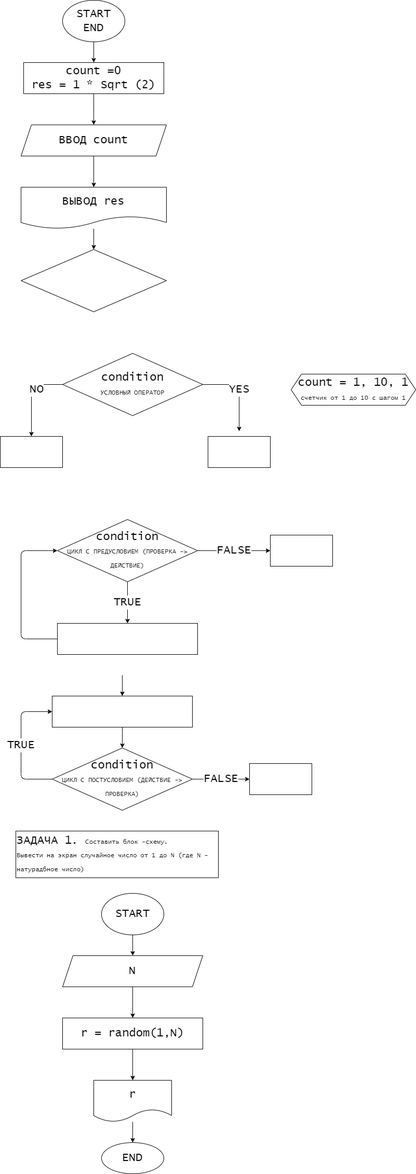
JuliaDevitskaya/practice_temp keeps this draw.io diagram as ex000.drawio.png. Above is the earlier version. Source tidied: cells renumbered, new cells last; positions are measured from the earlier drawing's top-left corner, leaving out a move shared by most shapes. Source of this version:
```xml
<mxGraphModel>
  <root>
    <mxCell id="0" />
    <mxCell id="1" parent="0" />
    <mxCell id="2" style="edgeStyle=none;html=1;fontFamily=Lucida Console;fontSize=22;" parent="1" edge="1" source="3" target="5">
      <mxGeometry relative="1" as="geometry" />
    </mxCell>
    <mxCell id="3" value="START&lt;br&gt;END" style="ellipse;whiteSpace=wrap;html=1;fontSize=22;fontFamily=Lucida Console;" parent="1" vertex="1">
      <mxGeometry x="120" width="120" height="80" as="geometry" />
    </mxCell>
    <mxCell id="4" style="edgeStyle=none;html=1;fontFamily=Lucida Console;fontSize=22;" parent="1" edge="1" source="5" target="7">
      <mxGeometry relative="1" as="geometry" />
    </mxCell>
    <mxCell id="5" value="count =0&lt;br&gt;res = 1 * Sqrt (2)" style="whiteSpace=wrap;html=1;fontSize=22;fontFamily=Lucida Console;" parent="1" vertex="1">
      <mxGeometry x="45" y="120" width="270" height="60" as="geometry" />
    </mxCell>
    <mxCell id="6" style="edgeStyle=none;html=1;fontFamily=Lucida Console;fontSize=22;" parent="1" edge="1" source="7" target="9">
      <mxGeometry relative="1" as="geometry" />
    </mxCell>
    <mxCell id="7" value="ВВОД count" style="shape=parallelogram;perimeter=parallelogramPerimeter;whiteSpace=wrap;html=1;fixedSize=1;fontSize=22;fontFamily=Lucida Console;" parent="1" vertex="1">
      <mxGeometry x="40" y="240" width="280" height="60" as="geometry" />
    </mxCell>
    <mxCell id="8" style="edgeStyle=none;html=1;fontFamily=Lucida Console;fontSize=22;" parent="1" edge="1" source="9" target="10">
      <mxGeometry relative="1" as="geometry" />
    </mxCell>
    <mxCell id="9" value="ВЫВОД res" style="shape=document;whiteSpace=wrap;html=1;boundedLbl=1;fontSize=22;fontFamily=Lucida Console;" parent="1" vertex="1">
      <mxGeometry x="40" y="360" width="280" height="80" as="geometry" />
    </mxCell>
    <mxCell id="10" style="rhombus;whiteSpace=wrap;html=1;fontSize=22;fontFamily=Lucida Console;" parent="1" vertex="1">
      <mxGeometry x="40" y="480" width="280" height="120" as="geometry" />
    </mxCell>
    <mxCell id="11" value="NO" style="edgeStyle=none;html=1;entryX=0.5;entryY=0;entryDx=0;entryDy=0;fontFamily=Lucida Console;fontSize=22;" parent="1" edge="1" source="13" target="15">
      <mxGeometry x="-0.12" y="10" relative="1" as="geometry">
        <Array as="points">
          <mxPoint x="70" y="740" />
          <mxPoint x="60" y="740" />
        </Array>
      </mxGeometry>
    </mxCell>
    <mxCell id="12" value="YES" style="edgeStyle=none;html=1;fontFamily=Lucida Console;fontSize=22;" parent="1" edge="1" source="13">
      <mxGeometry relative="1" as="geometry">
        <mxPoint x="460" y="830" as="targetPoint" />
        <Array as="points">
          <mxPoint x="460" y="740" />
        </Array>
      </mxGeometry>
    </mxCell>
    <mxCell id="13" value="condition&lt;br&gt;&lt;font style=&quot;font-size: 12px&quot;&gt;УСЛОВНЫЙ ОПЕРАТОР&lt;/font&gt;" style="rhombus;whiteSpace=wrap;html=1;fontSize=22;fontFamily=Lucida Console;" parent="1" vertex="1">
      <mxGeometry x="120" y="680" width="270" height="120" as="geometry" />
    </mxCell>
    <mxCell id="14" style="whiteSpace=wrap;html=1;fontSize=22;fontFamily=Lucida Console;" parent="1" vertex="1">
      <mxGeometry x="400" y="840" width="120" height="60" as="geometry" />
    </mxCell>
    <mxCell id="15" style="whiteSpace=wrap;html=1;fontSize=22;fontFamily=Lucida Console;" parent="1" vertex="1">
      <mxGeometry y="840" width="120" height="60" as="geometry" />
    </mxCell>
    <mxCell id="16" value="TRUE" style="edgeStyle=none;html=1;fontFamily=Lucida Console;fontSize=22;" parent="1" edge="1" source="18" target="20">
      <mxGeometry relative="1" as="geometry" />
    </mxCell>
    <mxCell id="17" value="FALSE" style="edgeStyle=none;html=1;fontFamily=Lucida Console;fontSize=22;" parent="1" edge="1" source="18" target="28">
      <mxGeometry relative="1" as="geometry" />
    </mxCell>
    <mxCell id="18" value="condition&lt;br&gt;&lt;font style=&quot;font-size: 12px&quot;&gt;ЦИКЛ С ПРЕДУСЛОВИЕМ (ПРОВЕРКА -&amp;gt; ДЕЙСТВИЕ)&lt;/font&gt;" style="rhombus;whiteSpace=wrap;html=1;fontSize=22;fontFamily=Lucida Console;" parent="1" vertex="1">
      <mxGeometry x="110" y="1000" width="270" height="120" as="geometry" />
    </mxCell>
    <mxCell id="19" style="edgeStyle=none;html=1;entryX=0;entryY=0.5;entryDx=0;entryDy=0;fontFamily=Lucida Console;fontSize=22;" parent="1" edge="1" source="20" target="18">
      <mxGeometry relative="1" as="geometry">
        <Array as="points">
          <mxPoint x="40" y="1230" />
          <mxPoint x="40" y="1060" />
        </Array>
      </mxGeometry>
    </mxCell>
    <mxCell id="20" style="whiteSpace=wrap;html=1;fontSize=22;fontFamily=Lucida Console;" parent="1" vertex="1">
      <mxGeometry x="110" y="1200" width="270" height="60" as="geometry" />
    </mxCell>
    <mxCell id="21" value="TRUE" style="edgeStyle=none;html=1;exitX=0;exitY=0.5;exitDx=0;exitDy=0;entryX=0;entryY=0.5;entryDx=0;entryDy=0;fontFamily=Lucida Console;fontSize=22;" parent="1" edge="1" source="23" target="25">
      <mxGeometry relative="1" as="geometry">
        <Array as="points">
          <mxPoint x="40" y="1500" />
          <mxPoint x="40" y="1370" />
        </Array>
      </mxGeometry>
    </mxCell>
    <mxCell id="22" value="FALSE" style="edgeStyle=none;html=1;fontFamily=Lucida Console;fontSize=22;" parent="1" edge="1" source="23" target="27">
      <mxGeometry relative="1" as="geometry" />
    </mxCell>
    <mxCell id="23" value="condition&lt;br&gt;&lt;font style=&quot;font-size: 12px&quot;&gt;ЦИКЛ С ПОСТУСЛОВИЕМ (ДЕЙСТВИЕ -&amp;gt; ПРОВЕРКА)&lt;/font&gt;" style="rhombus;whiteSpace=wrap;html=1;fontSize=22;fontFamily=Lucida Console;" parent="1" vertex="1">
      <mxGeometry x="100" y="1440" width="270" height="120" as="geometry" />
    </mxCell>
    <mxCell id="24" style="edgeStyle=none;html=1;fontFamily=Lucida Console;fontSize=22;" parent="1" edge="1" source="25" target="23">
      <mxGeometry relative="1" as="geometry" />
    </mxCell>
    <mxCell id="25" style="whiteSpace=wrap;html=1;fontSize=22;fontFamily=Lucida Console;" parent="1" vertex="1">
      <mxGeometry x="100" y="1340" width="270" height="60" as="geometry" />
    </mxCell>
    <mxCell id="26" style="endArrow=classic;html=1;fontFamily=Lucida Console;fontSize=22;" parent="1" edge="1" target="25">
      <mxGeometry relative="1" as="geometry">
        <mxPoint x="235" y="1300" as="sourcePoint" />
      </mxGeometry>
    </mxCell>
    <mxCell id="27" style="whiteSpace=wrap;html=1;fontSize=22;fontFamily=Lucida Console;" parent="1" vertex="1">
      <mxGeometry x="480" y="1470" width="120" height="60" as="geometry" />
    </mxCell>
    <mxCell id="28" style="whiteSpace=wrap;html=1;fontSize=22;fontFamily=Lucida Console;" parent="1" vertex="1">
      <mxGeometry x="520" y="1030" width="120" height="60" as="geometry" />
    </mxCell>
    <mxCell id="29" value="count = 1, 10, 1&lt;br&gt;&lt;font style=&quot;font-size: 12px&quot;&gt;счетчик от 1 до 10 с шагом 1&lt;/font&gt;" style="shape=hexagon;perimeter=hexagonPerimeter2;whiteSpace=wrap;html=1;fixedSize=1;fontFamily=Lucida Console;fontSize=22;" parent="1" vertex="1">
      <mxGeometry x="560" y="720" width="240" height="60" as="geometry" />
    </mxCell>
    <mxCell id="30" style="edgeStyle=none;html=1;fontFamily=Lucida Console;fontSize=12;" parent="1" edge="1" source="31" target="34">
      <mxGeometry relative="1" as="geometry" />
    </mxCell>
    <mxCell id="31" value="START" style="ellipse;whiteSpace=wrap;html=1;fontSize=22;fontFamily=Lucida Console;" parent="1" vertex="1">
      <mxGeometry x="195" y="1720" width="120" height="80" as="geometry" />
    </mxCell>
    <mxCell id="32" value="ЗАДАЧА 1. &lt;font style=&quot;font-size: 12px&quot;&gt;Составить блок -схему.&amp;nbsp;&lt;br&gt;Вывести на экран случайное число от 1 до N (где N - натурадбное число)&lt;/font&gt;" style="rounded=0;whiteSpace=wrap;html=1;fontFamily=Lucida Console;fontSize=22;align=left;" parent="1" vertex="1">
      <mxGeometry x="30" y="1600" width="390" height="90" as="geometry" />
    </mxCell>
    <mxCell id="33" style="edgeStyle=none;html=1;fontFamily=Lucida Console;fontSize=12;" parent="1" edge="1" source="34" target="36">
      <mxGeometry relative="1" as="geometry" />
    </mxCell>
    <mxCell id="34" value="N" style="shape=parallelogram;perimeter=parallelogramPerimeter;whiteSpace=wrap;html=1;fixedSize=1;fontSize=22;fontFamily=Lucida Console;" parent="1" vertex="1">
      <mxGeometry x="120" y="1840" width="270" height="60" as="geometry" />
    </mxCell>
    <mxCell id="35" style="edgeStyle=none;html=1;fontFamily=Lucida Console;fontSize=12;" parent="1" edge="1" source="36" target="38">
      <mxGeometry relative="1" as="geometry" />
    </mxCell>
    <mxCell id="36" value="r = random(1,N)" style="whiteSpace=wrap;html=1;fontSize=22;fontFamily=Lucida Console;" parent="1" vertex="1">
      <mxGeometry x="120" y="1960" width="270" height="60" as="geometry" />
    </mxCell>
    <mxCell id="37" style="edgeStyle=none;html=1;fontFamily=Lucida Console;fontSize=12;" parent="1" edge="1" source="38" target="39">
      <mxGeometry relative="1" as="geometry" />
    </mxCell>
    <mxCell id="38" value="r" style="shape=document;whiteSpace=wrap;html=1;boundedLbl=1;fontSize=22;fontFamily=Lucida Console;" parent="1" vertex="1">
      <mxGeometry x="180" y="2080" width="150" height="80" as="geometry" />
    </mxCell>
    <mxCell id="39" value="END" style="ellipse;whiteSpace=wrap;html=1;fontSize=22;fontFamily=Lucida Console;" parent="1" vertex="1">
      <mxGeometry x="195" y="2200" width="120" height="60" as="geometry" />
    </mxCell>
  </root>
</mxGraphModel>
```
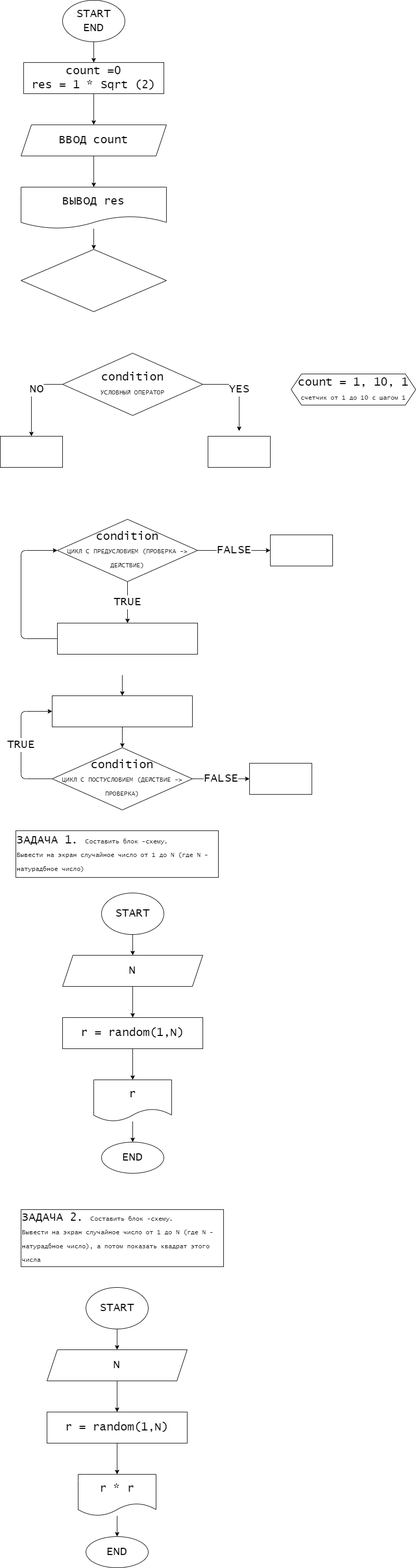
After the change.

Commit message:
ex Вывести на экран случайное число от 1 до N показать квадрат этого числа

Change to the diagram source:
```diff
@@ -138,5 +138,35 @@
     <mxCell id="39" value="END" style="ellipse;whiteSpace=wrap;html=1;fontSize=22;fontFamily=Lucida Console;" parent="1" vertex="1">
       <mxGeometry x="195" y="2200" width="120" height="60" as="geometry" />
     </mxCell>
+    <mxCell id="40" value="ЗАДАЧА 2. &lt;font style=&quot;font-size: 12px&quot;&gt;Составить блок -схему.&amp;nbsp;&lt;br&gt;Вывести на экран случайное число от 1 до N (где N - натурадбное число), а потом показать квадрат этого числа&lt;/font&gt;" style="rounded=0;whiteSpace=wrap;html=1;fontFamily=Lucida Console;fontSize=22;align=left;" parent="1" vertex="1">
+      <mxGeometry x="40" y="2330" width="390" height="110" as="geometry" />
+    </mxCell>
+    <mxCell id="41" style="edgeStyle=none;html=1;fontFamily=Lucida Console;fontSize=12;" parent="1" edge="1" source="42" target="44">
+      <mxGeometry relative="1" as="geometry" />
+    </mxCell>
+    <mxCell id="42" value="START" style="ellipse;whiteSpace=wrap;html=1;fontSize=22;fontFamily=Lucida Console;" parent="1" vertex="1">
+      <mxGeometry x="165" y="2480" width="120" height="80" as="geometry" />
+    </mxCell>
+    <mxCell id="43" style="edgeStyle=none;html=1;fontFamily=Lucida Console;fontSize=12;" parent="1" edge="1" source="44" target="46">
+      <mxGeometry relative="1" as="geometry" />
+    </mxCell>
+    <mxCell id="44" value="N" style="shape=parallelogram;perimeter=parallelogramPerimeter;whiteSpace=wrap;html=1;fixedSize=1;fontSize=22;fontFamily=Lucida Console;" parent="1" vertex="1">
+      <mxGeometry x="90" y="2600" width="270" height="60" as="geometry" />
+    </mxCell>
+    <mxCell id="45" style="edgeStyle=none;html=1;fontFamily=Lucida Console;fontSize=12;" parent="1" edge="1" source="46" target="48">
+      <mxGeometry relative="1" as="geometry" />
+    </mxCell>
+    <mxCell id="46" value="r = random(1,N)" style="whiteSpace=wrap;html=1;fontSize=22;fontFamily=Lucida Console;" parent="1" vertex="1">
+      <mxGeometry x="90" y="2720" width="270" height="60" as="geometry" />
+    </mxCell>
+    <mxCell id="47" style="edgeStyle=none;html=1;fontFamily=Lucida Console;fontSize=12;" parent="1" edge="1" source="48" target="49">
+      <mxGeometry relative="1" as="geometry" />
+    </mxCell>
+    <mxCell id="48" value="r * r" style="shape=document;whiteSpace=wrap;html=1;boundedLbl=1;fontSize=22;fontFamily=Lucida Console;" parent="1" vertex="1">
+      <mxGeometry x="150" y="2840" width="150" height="80" as="geometry" />
+    </mxCell>
+    <mxCell id="49" value="END" style="ellipse;whiteSpace=wrap;html=1;fontSize=22;fontFamily=Lucida Console;" parent="1" vertex="1">
+      <mxGeometry x="165" y="2960" width="120" height="60" as="geometry" />
+    </mxCell>
   </root>
 </mxGraphModel>
```
